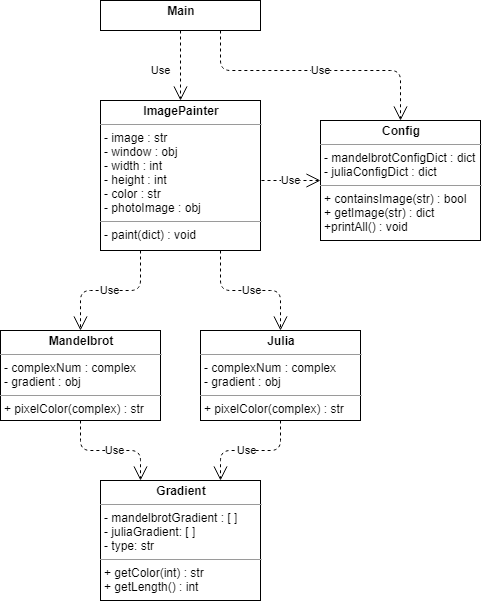
Above: doc/UML_Class_Diagram.png in alexanderthurston/fractal_generator (draw.io), before the change. Source tidied: cells renumbered, new cells last; positions are measured from the earlier drawing's top-left corner, leaving out a move shared by most shapes.
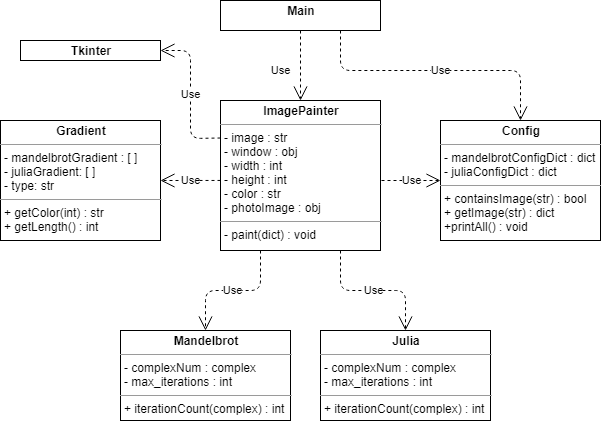
After the change.

What changed in the source:
```diff
@@ -8,14 +8,14 @@
     <mxCell id="3" value="&lt;p style=&quot;margin: 0px ; margin-top: 4px ; text-align: center&quot;&gt;&lt;b&gt;Config&lt;/b&gt;&lt;/p&gt;&lt;hr size=&quot;1&quot;&gt;&lt;p style=&quot;margin: 0px ; margin-left: 4px&quot;&gt;- mandelbrotConfigDict : dict&lt;/p&gt;&lt;p style=&quot;margin: 0px ; margin-left: 4px&quot;&gt;- juliaConfigDict : dict&lt;/p&gt;&lt;hr size=&quot;1&quot;&gt;&lt;p style=&quot;margin: 0px ; margin-left: 4px&quot;&gt;+ containsImage(str) : bool&lt;/p&gt;&lt;p style=&quot;margin: 0px ; margin-left: 4px&quot;&gt;+ getImage(str) : dict&lt;/p&gt;&lt;p style=&quot;margin: 0px ; margin-left: 4px&quot;&gt;+printAll() : void&lt;/p&gt;" style="verticalAlign=top;align=left;overflow=fill;fontSize=12;fontFamily=Helvetica;html=1;" parent="1" vertex="1">
       <mxGeometry x="320" y="120" width="160" height="120" as="geometry" />
     </mxCell>
-    <mxCell id="4" value="&lt;p style=&quot;margin: 0px ; margin-top: 4px ; text-align: center&quot;&gt;&lt;b&gt;Mandelbrot&lt;/b&gt;&lt;/p&gt;&lt;hr size=&quot;1&quot;&gt;&lt;p style=&quot;margin: 0px ; margin-left: 4px&quot;&gt;- complexNum : complex&lt;/p&gt;&lt;p style=&quot;margin: 0px ; margin-left: 4px&quot;&gt;- gradient : obj&lt;/p&gt;&lt;hr size=&quot;1&quot;&gt;&lt;p style=&quot;margin: 0px ; margin-left: 4px&quot;&gt;+ pixelColor(complex) : str&lt;/p&gt;" style="verticalAlign=top;align=left;overflow=fill;fontSize=12;fontFamily=Helvetica;html=1;" parent="1" vertex="1">
-      <mxGeometry y="330" width="160" height="90" as="geometry" />
+    <mxCell id="4" value="&lt;p style=&quot;margin: 0px ; margin-top: 4px ; text-align: center&quot;&gt;&lt;b&gt;Mandelbrot&lt;/b&gt;&lt;/p&gt;&lt;hr size=&quot;1&quot;&gt;&lt;p style=&quot;margin: 0px ; margin-left: 4px&quot;&gt;- complexNum : complex&lt;/p&gt;&lt;p style=&quot;margin: 0px ; margin-left: 4px&quot;&gt;- max_iterations : int&lt;/p&gt;&lt;hr size=&quot;1&quot;&gt;&lt;p style=&quot;margin: 0px ; margin-left: 4px&quot;&gt;+ iterationCount(complex) : int&lt;br&gt;&lt;/p&gt;" style="verticalAlign=top;align=left;overflow=fill;fontSize=12;fontFamily=Helvetica;html=1;" parent="1" vertex="1">
+      <mxGeometry y="330" width="170" height="90" as="geometry" />
     </mxCell>
-    <mxCell id="5" value="&lt;p style=&quot;margin: 0px ; margin-top: 4px ; text-align: center&quot;&gt;&lt;b&gt;Julia&lt;/b&gt;&lt;/p&gt;&lt;hr size=&quot;1&quot;&gt;&lt;p style=&quot;margin: 0px ; margin-left: 4px&quot;&gt;- complexNum : complex&lt;/p&gt;&lt;p style=&quot;margin: 0px ; margin-left: 4px&quot;&gt;- gradient : obj&lt;/p&gt;&lt;hr size=&quot;1&quot;&gt;&lt;p style=&quot;margin: 0px ; margin-left: 4px&quot;&gt;+ pixelColor(complex) : str&lt;br&gt;&lt;/p&gt;" style="verticalAlign=top;align=left;overflow=fill;fontSize=12;fontFamily=Helvetica;html=1;" parent="1" vertex="1">
-      <mxGeometry x="200" y="330" width="160" height="90" as="geometry" />
+    <mxCell id="5" value="&lt;p style=&quot;margin: 0px ; margin-top: 4px ; text-align: center&quot;&gt;&lt;b&gt;Julia&lt;/b&gt;&lt;/p&gt;&lt;hr size=&quot;1&quot;&gt;&lt;p style=&quot;margin: 0px ; margin-left: 4px&quot;&gt;- complexNum : complex&lt;/p&gt;&lt;p style=&quot;margin: 0px ; margin-left: 4px&quot;&gt;- max_iterations : int&lt;/p&gt;&lt;hr size=&quot;1&quot;&gt;&lt;p style=&quot;margin: 0px ; margin-left: 4px&quot;&gt;+ iterationCount(complex) : int&lt;br&gt;&lt;/p&gt;" style="verticalAlign=top;align=left;overflow=fill;fontSize=12;fontFamily=Helvetica;html=1;" parent="1" vertex="1">
+      <mxGeometry x="200" y="330" width="170" height="90" as="geometry" />
     </mxCell>
     <mxCell id="6" value="&lt;p style=&quot;margin: 0px ; margin-top: 4px ; text-align: center&quot;&gt;&lt;b&gt;Gradient&lt;/b&gt;&lt;/p&gt;&lt;hr size=&quot;1&quot;&gt;&lt;p style=&quot;margin: 0px ; margin-left: 4px&quot;&gt;- mandelbrotGradient : [ ]&lt;/p&gt;&lt;p style=&quot;margin: 0px ; margin-left: 4px&quot;&gt;- juliaGradient: [ ]&lt;/p&gt;&lt;p style=&quot;margin: 0px ; margin-left: 4px&quot;&gt;- type: str&lt;/p&gt;&lt;hr size=&quot;1&quot;&gt;&lt;p style=&quot;margin: 0px ; margin-left: 4px&quot;&gt;+ getColor(int) : str&lt;/p&gt;&lt;p style=&quot;margin: 0px ; margin-left: 4px&quot;&gt;+ getLength() : int&lt;/p&gt;" style="verticalAlign=top;align=left;overflow=fill;fontSize=12;fontFamily=Helvetica;html=1;" parent="1" vertex="1">
-      <mxGeometry x="100" y="480" width="160" height="120" as="geometry" />
+      <mxGeometry x="-120" y="120" width="160" height="120" as="geometry" />
     </mxCell>
     <mxCell id="7" value="&lt;p style=&quot;margin: 0px ; margin-top: 4px ; text-align: center&quot;&gt;&lt;b&gt;ImagePainter&lt;/b&gt;&lt;/p&gt;&lt;hr size=&quot;1&quot;&gt;&lt;p style=&quot;margin: 0px ; margin-left: 4px&quot;&gt;- image : str&lt;/p&gt;&lt;p style=&quot;margin: 0px ; margin-left: 4px&quot;&gt;- window : obj&lt;/p&gt;&lt;p style=&quot;margin: 0px ; margin-left: 4px&quot;&gt;- width : int&lt;/p&gt;&lt;p style=&quot;margin: 0px ; margin-left: 4px&quot;&gt;- height : int&lt;/p&gt;&lt;p style=&quot;margin: 0px ; margin-left: 4px&quot;&gt;- color : str&lt;/p&gt;&lt;p style=&quot;margin: 0px ; margin-left: 4px&quot;&gt;- photoImage : obj&lt;/p&gt;&lt;hr size=&quot;1&quot;&gt;&lt;p style=&quot;margin: 0px ; margin-left: 4px&quot;&gt;- paint(dict) : void&lt;/p&gt;" style="verticalAlign=top;align=left;overflow=fill;fontSize=12;fontFamily=Helvetica;html=1;" parent="1" vertex="1">
       <mxGeometry x="100" y="100" width="160" height="150" as="geometry" />
@@ -36,7 +36,7 @@
       <mxGeometry relative="1" as="geometry">
         <Array as="points">
           <mxPoint x="140" y="290" />
-          <mxPoint x="80" y="290" />
+          <mxPoint x="85" y="290" />
         </Array>
       </mxGeometry>
     </mxCell>
@@ -44,7 +44,7 @@
       <mxGeometry relative="1" as="geometry">
         <Array as="points">
           <mxPoint x="220" y="290" />
-          <mxPoint x="280" y="290" />
+          <mxPoint x="285" y="290" />
         </Array>
       </mxGeometry>
     </mxCell>
@@ -53,21 +53,19 @@
         <mxPoint x="261" y="180" as="sourcePoint" />
       </mxGeometry>
     </mxCell>
-    <mxCell id="13" value="Use" style="endArrow=open;endSize=12;dashed=1;html=1;exitX=0.5;exitY=1;exitDx=0;exitDy=0;entryX=0.25;entryY=0;entryDx=0;entryDy=0;" parent="1" edge="1" source="4" target="6">
-      <mxGeometry x="0.07" relative="1" as="geometry">
-        <Array as="points">
-          <mxPoint x="80" y="450" />
-          <mxPoint x="140" y="450" />
-        </Array>
-      </mxGeometry>
-    </mxCell>
-    <mxCell id="14" value="Use" style="endArrow=open;endSize=12;dashed=1;html=1;exitX=0.5;exitY=1;exitDx=0;exitDy=0;entryX=0.75;entryY=0;entryDx=0;entryDy=0;" parent="1" edge="1" source="5" target="6">
-      <mxGeometry x="0.07" relative="1" as="geometry">
-        <Array as="points">
-          <mxPoint x="280" y="450" />
-          <mxPoint x="220" y="450" />
-        </Array>
-      </mxGeometry>
-    </mxCell>
+    <mxCell id="15" value="Use" style="endArrow=open;endSize=12;dashed=1;html=1;exitX=0;exitY=0.533;exitDx=0;exitDy=0;entryX=1;entryY=0.5;entryDx=0;entryDy=0;exitPerimeter=0;" parent="1" edge="1" source="7" target="6">
+      <mxGeometry relative="1" as="geometry" />
+    </mxCell>
+    <mxCell id="16" value="&lt;p style=&quot;margin: 0px ; margin-top: 4px ; text-align: center&quot;&gt;&lt;b&gt;Tkinter&lt;/b&gt;&lt;/p&gt;" style="verticalAlign=top;align=left;overflow=fill;fontSize=12;fontFamily=Helvetica;html=1;" parent="1" vertex="1">
+      <mxGeometry x="-100" y="40" width="140" height="20" as="geometry" />
+    </mxCell>
+    <mxCell id="17" value="Use" style="endArrow=open;endSize=12;dashed=1;html=1;exitX=0;exitY=0.25;exitDx=0;exitDy=0;entryX=1;entryY=0.5;entryDx=0;entryDy=0;" parent="1" edge="1" source="7" target="16">
+      <mxGeometry relative="1" as="geometry">
+        <Array as="points">
+          <mxPoint x="70" y="138" />
+          <mxPoint x="70" y="50" />
+        </Array>
+      </mxGeometry>
+    </mxCell>
   </root>
 </mxGraphModel>
```
